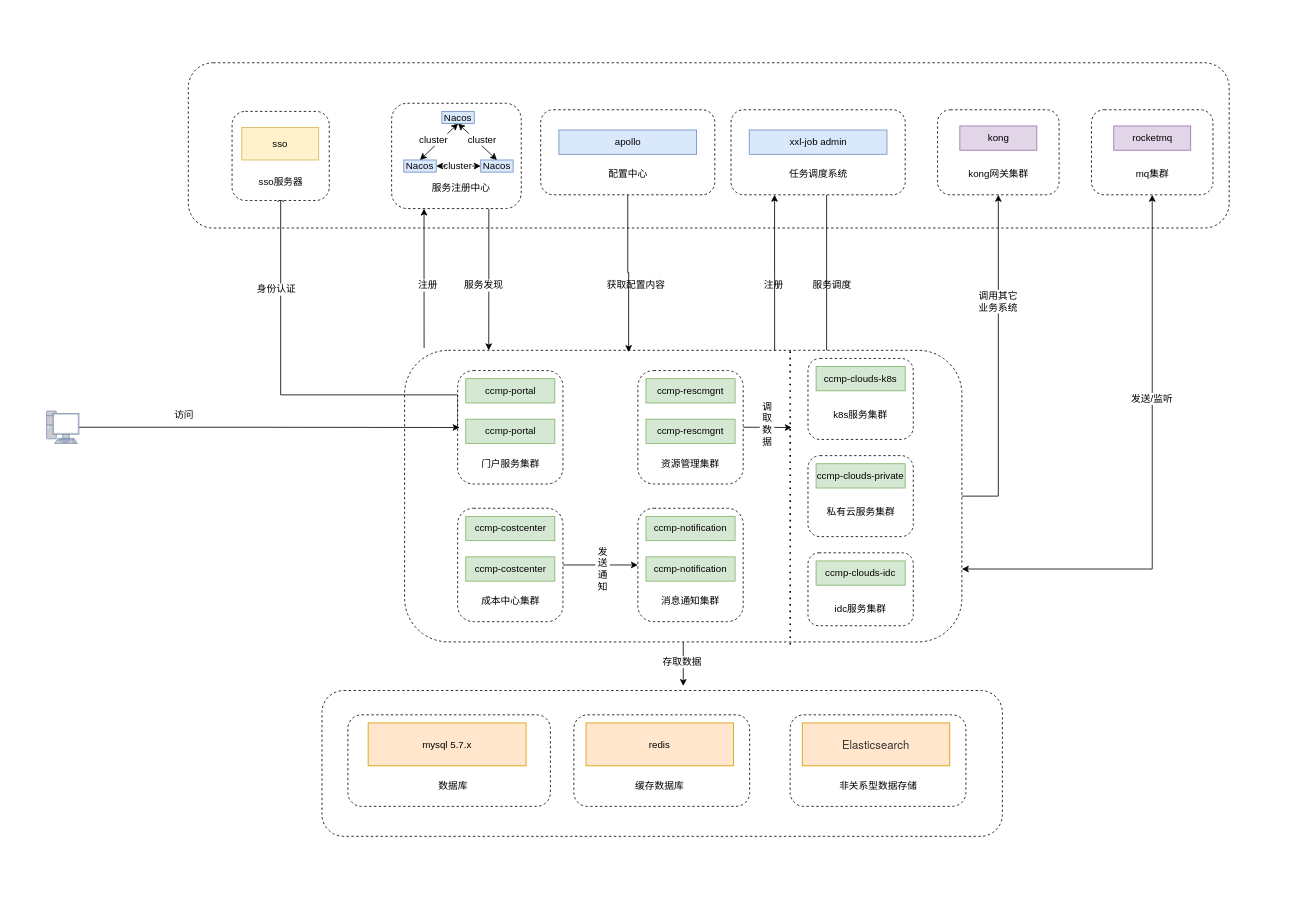
The draw.io diagram ccmp.drawio in scrollsyou/doc, before the edit. Source tidied: cells renumbered, new cells numbered last; positions are measured from the earlier drawing's top-left corner, leaving out a move shared by most shapes. Both pictures are drawn from the tidied source at 81%, with x=0, y=0 at pixel (46, 62).
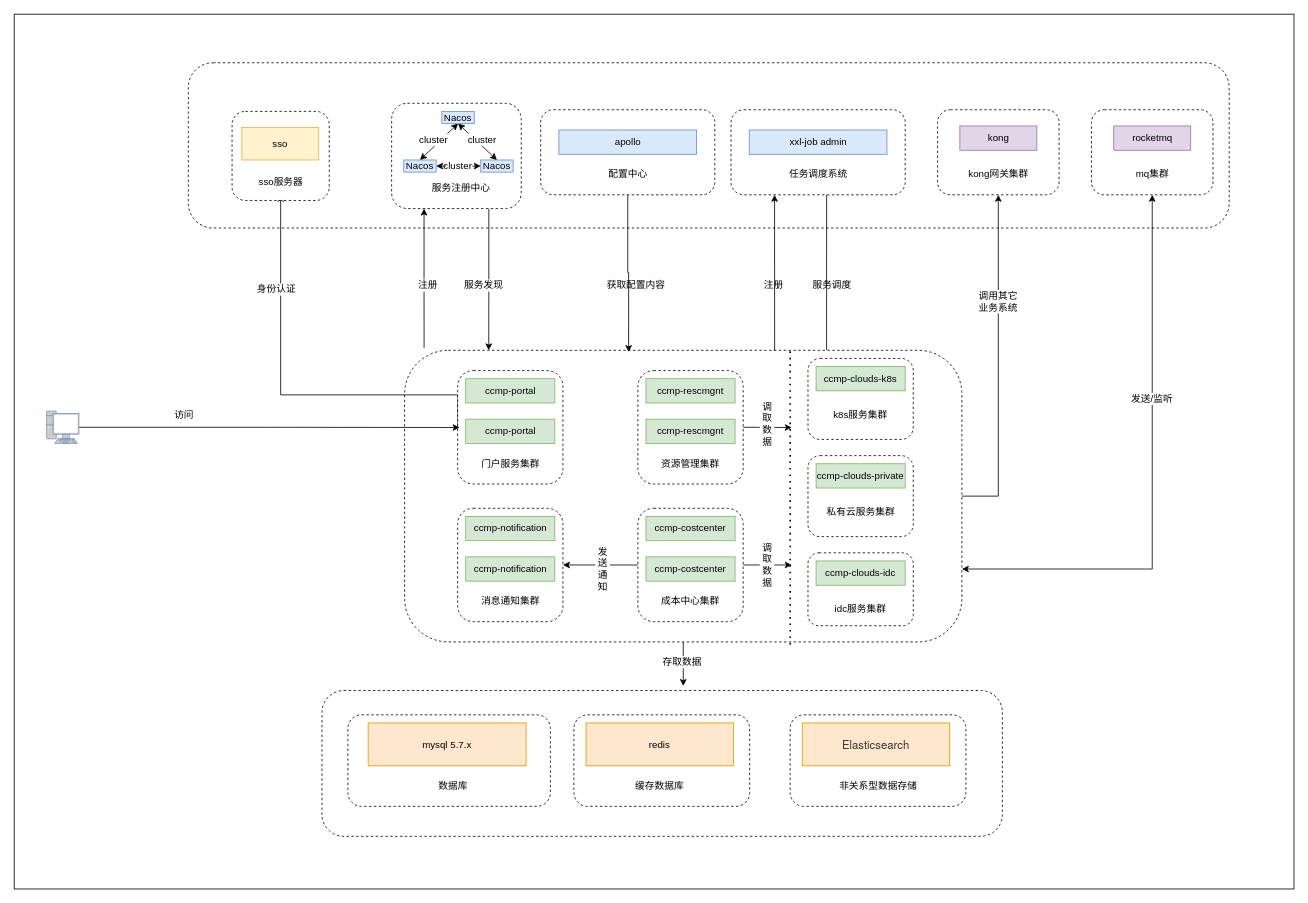
The same page after the edit.

Unchanged cells that the change refers to:
```xml
<mxCell id="71" style="rounded=1;whiteSpace=wrap;html=1;labelBackgroundColor=default;dashed=1;" parent="1" vertex="1">
  <mxGeometry x="507.5" y="550" width="130" height="140" as="geometry" />
</mxCell>
<mxCell id="80" style="rounded=1;whiteSpace=wrap;html=1;labelBackgroundColor=default;dashed=1;" parent="1" vertex="1">
  <mxGeometry x="730" y="550" width="130" height="140" as="geometry" />
</mxCell>
```

Change to the diagram source:
```diff
@@
+    <mxCell id="92" style="rounded=0;whiteSpace=wrap;html=1;" parent="1" vertex="1">
+      <mxGeometry x="-40" y="-60" width="1580" height="1080" as="geometry" />
+    </mxCell>
@@
-    <mxCell id="70" style="edgeStyle=orthogonalEdgeStyle;rounded=0;jettySize=auto;html=1;exitX=1;exitY=0.5;exitDx=0;exitDy=0;entryX=0;entryY=0.5;entryDx=0;entryDy=0;startArrow=none;startFill=0;endArrow=classic;endFill=1;" parent="1" edge="1" source="71" target="80">
+    <mxCell id="70" style="edgeStyle=orthogonalEdgeStyle;rounded=0;jettySize=auto;html=1;exitX=1;exitY=0.5;exitDx=0;exitDy=0;entryX=0;entryY=0.5;entryDx=0;entryDy=0;startArrow=classic;startFill=1;endArrow=none;endFill=0;" parent="1" edge="1" source="71" target="80">
       <mxGeometry relative="1" as="geometry" />
     </mxCell>
@@
-    <mxCell id="72" value="&lt;div style=&quot;text-align: left&quot;&gt;成本中心集群&lt;/div&gt;" style="text;html=1;strokeColor=none;fillColor=none;align=center;verticalAlign=middle;whiteSpace=wrap;rounded=0;dashed=1;labelBackgroundColor=default;" parent="1" vertex="1">
+    <mxCell id="72" value="&lt;div style=&quot;text-align: left&quot;&gt;消息通知集群&lt;br&gt;&lt;/div&gt;" style="text;html=1;strokeColor=none;fillColor=none;align=center;verticalAlign=middle;whiteSpace=wrap;rounded=0;dashed=1;labelBackgroundColor=default;" parent="1" vertex="1">
       <mxGeometry x="532.5" y="650" width="80" height="30" as="geometry" />
     </mxCell>
-    <mxCell id="73" value="ccmp-costcenter" style="rounded=0;whiteSpace=wrap;html=1;labelBackgroundColor=none;fillColor=#d5e8d4;strokeColor=#82b366;" parent="1" vertex="1">
+    <mxCell id="73" value="ccmp-notification" style="rounded=0;whiteSpace=wrap;html=1;labelBackgroundColor=none;fillColor=#d5e8d4;strokeColor=#82b366;" parent="1" vertex="1">
       <mxGeometry x="517.5" y="610" width="110" height="30" as="geometry" />
     </mxCell>
-    <mxCell id="74" value="ccmp-costcenter" style="rounded=0;whiteSpace=wrap;html=1;labelBackgroundColor=none;fillColor=#d5e8d4;strokeColor=#82b366;" parent="1" vertex="1">
+    <mxCell id="74" value="ccmp-notification" style="rounded=0;whiteSpace=wrap;html=1;labelBackgroundColor=none;fillColor=#d5e8d4;strokeColor=#82b366;" parent="1" vertex="1">
       <mxGeometry x="517.5" y="560" width="110" height="30" as="geometry" />
     </mxCell>
@@
+    <mxCell id="93" style="edgeStyle=orthogonalEdgeStyle;rounded=0;jettySize=auto;html=1;exitX=1;exitY=0.5;exitDx=0;exitDy=0;startArrow=none;startFill=0;endArrow=classic;endFill=1;" parent="1" edge="1" source="80">
+      <mxGeometry relative="1" as="geometry">
+        <mxPoint x="920" y="620" as="targetPoint" />
+      </mxGeometry>
+    </mxCell>
@@
-    <mxCell id="81" value="&lt;div style=&quot;text-align: left&quot;&gt;消息通知集群&lt;/div&gt;" style="text;html=1;strokeColor=none;fillColor=none;align=center;verticalAlign=middle;whiteSpace=wrap;rounded=0;dashed=1;labelBackgroundColor=default;" parent="1" vertex="1">
+    <mxCell id="81" value="&lt;div style=&quot;text-align: left&quot;&gt;成本中心集群&lt;br&gt;&lt;/div&gt;" style="text;html=1;strokeColor=none;fillColor=none;align=center;verticalAlign=middle;whiteSpace=wrap;rounded=0;dashed=1;labelBackgroundColor=default;" parent="1" vertex="1">
       <mxGeometry x="755" y="650" width="80" height="30" as="geometry" />
     </mxCell>
-    <mxCell id="82" value="ccmp-notification" style="rounded=0;whiteSpace=wrap;html=1;labelBackgroundColor=none;fillColor=#d5e8d4;strokeColor=#82b366;" parent="1" vertex="1">
+    <mxCell id="82" value="ccmp-costcenter" style="rounded=0;whiteSpace=wrap;html=1;labelBackgroundColor=none;fillColor=#d5e8d4;strokeColor=#82b366;" parent="1" vertex="1">
       <mxGeometry x="740" y="610" width="110" height="30" as="geometry" />
     </mxCell>
-    <mxCell id="83" value="ccmp-notification" style="rounded=0;whiteSpace=wrap;html=1;labelBackgroundColor=none;fillColor=#d5e8d4;strokeColor=#82b366;" parent="1" vertex="1">
+    <mxCell id="83" value="ccmp-costcenter" style="rounded=0;whiteSpace=wrap;html=1;labelBackgroundColor=none;fillColor=#d5e8d4;strokeColor=#82b366;" parent="1" vertex="1">
       <mxGeometry x="740" y="560" width="110" height="30" as="geometry" />
     </mxCell>
@@
+    <mxCell id="94" value="调取数据" style="text;html=1;strokeColor=none;fillColor=none;align=center;verticalAlign=middle;whiteSpace=wrap;rounded=0;dashed=1;labelBackgroundColor=default;" parent="1" vertex="1">
+      <mxGeometry x="880" y="579" width="20" height="81" as="geometry" />
+    </mxCell>
```
